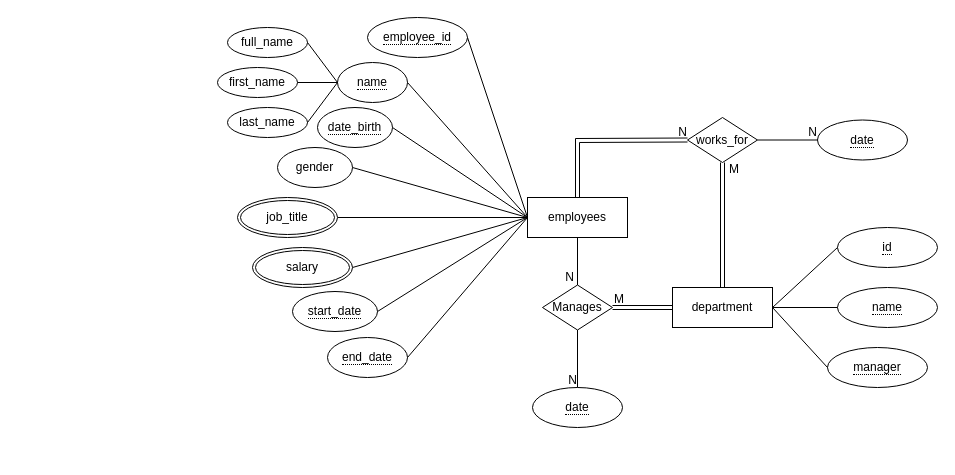
WalterGJunior/Database_College keeps this draw.io diagram as CA1_Database.drawio. Above is the earlier version. Source tidied: cells renumbered, new cells numbered last; positions are measured from the earlier drawing's top-left corner, leaving out a move shared by most shapes. Both pictures are drawn from the tidied source at 100%, with x=0, y=0 at pixel (217, 17).
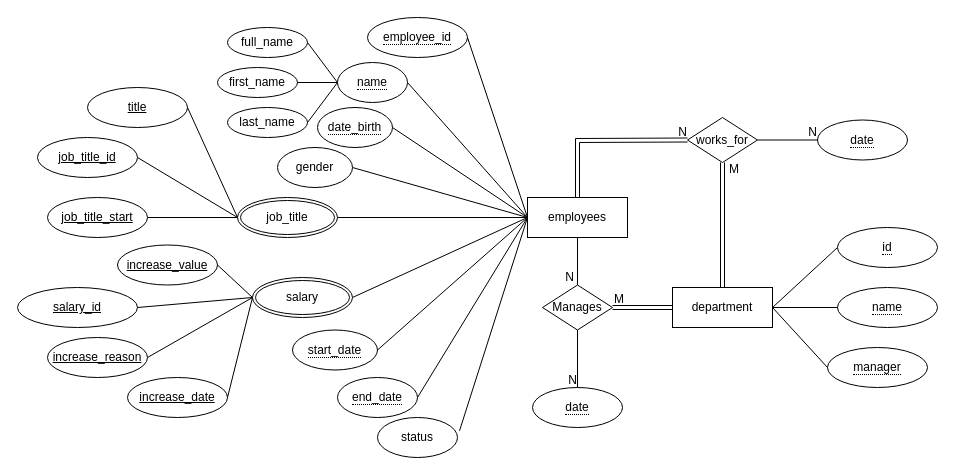
The same page after the edit.

The change refers to these unchanged cells:
```xml
<mxCell id="2" value="employees" style="whiteSpace=wrap;html=1;align=center;" parent="1" vertex="1">
  <mxGeometry x="310" y="180" width="100" height="40" as="geometry" />
</mxCell>
<mxCell id="48" value="job_title" style="ellipse;shape=doubleEllipse;margin=3;whiteSpace=wrap;html=1;align=center;" parent="1" vertex="1">
  <mxGeometry x="20" y="180" width="100" height="40" as="geometry" />
</mxCell>
```

Diff of the diagram source:
```diff
@@
     <mxCell id="18" value="&lt;span style=&quot;border-bottom: 1px dotted&quot;&gt;start_date&lt;/span&gt;" style="ellipse;whiteSpace=wrap;html=1;align=center;" parent="1" vertex="1">
-      <mxGeometry x="75" y="274" width="85" height="40" as="geometry" />
+      <mxGeometry x="75" y="312.5" width="85" height="40" as="geometry" />
     </mxCell>
     <mxCell id="19" value="&lt;span style=&quot;border-bottom: 1px dotted&quot;&gt;end_date&lt;/span&gt;" style="ellipse;whiteSpace=wrap;html=1;align=center;" parent="1" vertex="1">
-      <mxGeometry x="110" y="320" width="80" height="40" as="geometry" />
+      <mxGeometry x="120" y="360" width="80" height="40" as="geometry" />
     </mxCell>
@@
     <mxCell id="47" value="salary" style="ellipse;shape=doubleEllipse;margin=3;whiteSpace=wrap;html=1;align=center;" parent="1" vertex="1">
-      <mxGeometry x="35" y="230" width="100" height="40" as="geometry" />
+      <mxGeometry x="35" y="260" width="100" height="40" as="geometry" />
     </mxCell>
@@
+    <mxCell id="49" value="status" style="ellipse;whiteSpace=wrap;html=1;align=center;" parent="1" vertex="1">
+      <mxGeometry x="160" y="400" width="80" height="40" as="geometry" />
+    </mxCell>
+    <mxCell id="50" style="endArrow=none;html=1;rounded=0;exitX=1.025;exitY=0.333;exitDx=0;exitDy=0;exitPerimeter=0;entryX=0;entryY=0.5;entryDx=0;entryDy=0;" parent="1" edge="1" source="49" target="2">
+      <mxGeometry relative="1" as="geometry" />
+    </mxCell>
+    <mxCell id="51" value="title" style="ellipse;whiteSpace=wrap;html=1;align=center;fontStyle=4;" parent="1" vertex="1">
+      <mxGeometry x="-130" y="70" width="100" height="40" as="geometry" />
+    </mxCell>
+    <mxCell id="52" value="job_title_id" style="ellipse;whiteSpace=wrap;html=1;align=center;fontStyle=4;" parent="1" vertex="1">
+      <mxGeometry x="-180" y="120" width="100" height="40" as="geometry" />
+    </mxCell>
+    <mxCell id="53" value="job_title_start" style="ellipse;whiteSpace=wrap;html=1;align=center;fontStyle=4;" parent="1" vertex="1">
+      <mxGeometry x="-170" y="180" width="100" height="40" as="geometry" />
+    </mxCell>
+    <mxCell id="54" style="endArrow=none;html=1;rounded=0;exitX=1;exitY=0.5;exitDx=0;exitDy=0;entryX=0;entryY=0.5;entryDx=0;entryDy=0;" parent="1" edge="1" source="52" target="48">
+      <mxGeometry relative="1" as="geometry" />
+    </mxCell>
+    <mxCell id="55" style="endArrow=none;html=1;rounded=0;exitX=1;exitY=0.5;exitDx=0;exitDy=0;entryX=0;entryY=0.5;entryDx=0;entryDy=0;" parent="1" edge="1" source="51" target="48">
+      <mxGeometry relative="1" as="geometry" />
+    </mxCell>
+    <mxCell id="56" style="endArrow=none;html=1;rounded=0;entryX=0;entryY=0.5;entryDx=0;entryDy=0;exitX=1;exitY=0.5;exitDx=0;exitDy=0;" parent="1" edge="1" source="53" target="48">
+      <mxGeometry relative="1" as="geometry" />
+    </mxCell>
+    <mxCell id="57" value="salary_id" style="ellipse;whiteSpace=wrap;html=1;align=center;fontStyle=4;" parent="1" vertex="1">
+      <mxGeometry x="-200" y="270" width="120" height="40" as="geometry" />
+    </mxCell>
+    <mxCell id="58" value="increase_reason" style="ellipse;whiteSpace=wrap;html=1;align=center;fontStyle=4;" parent="1" vertex="1">
+      <mxGeometry x="-170" y="320" width="100" height="40" as="geometry" />
+    </mxCell>
+    <mxCell id="59" value="increase_value" style="ellipse;whiteSpace=wrap;html=1;align=center;fontStyle=4;" parent="1" vertex="1">
+      <mxGeometry x="-100" y="227.5" width="100" height="40" as="geometry" />
+    </mxCell>
+    <mxCell id="60" value="increase_date" style="ellipse;whiteSpace=wrap;html=1;align=center;fontStyle=4;" parent="1" vertex="1">
+      <mxGeometry x="-90" y="360" width="100" height="40" as="geometry" />
+    </mxCell>
+    <mxCell id="61" style="endArrow=none;html=1;rounded=0;exitX=1;exitY=0.5;exitDx=0;exitDy=0;entryX=0;entryY=0.5;entryDx=0;entryDy=0;" parent="1" edge="1" source="59" target="47">
+      <mxGeometry relative="1" as="geometry" />
+    </mxCell>
+    <mxCell id="62" style="endArrow=none;html=1;rounded=0;exitX=1;exitY=0.5;exitDx=0;exitDy=0;entryX=0;entryY=0.5;entryDx=0;entryDy=0;" parent="1" edge="1" source="57" target="47">
+      <mxGeometry relative="1" as="geometry" />
+    </mxCell>
+    <mxCell id="63" style="endArrow=none;html=1;rounded=0;exitX=1;exitY=0.5;exitDx=0;exitDy=0;entryX=0;entryY=0.5;entryDx=0;entryDy=0;" parent="1" edge="1" source="58" target="47">
+      <mxGeometry relative="1" as="geometry" />
+    </mxCell>
+    <mxCell id="64" style="endArrow=none;html=1;rounded=0;exitX=1;exitY=0.5;exitDx=0;exitDy=0;entryX=0;entryY=0.5;entryDx=0;entryDy=0;" parent="1" edge="1" source="60" target="47">
+      <mxGeometry relative="1" as="geometry" />
+    </mxCell>
```
